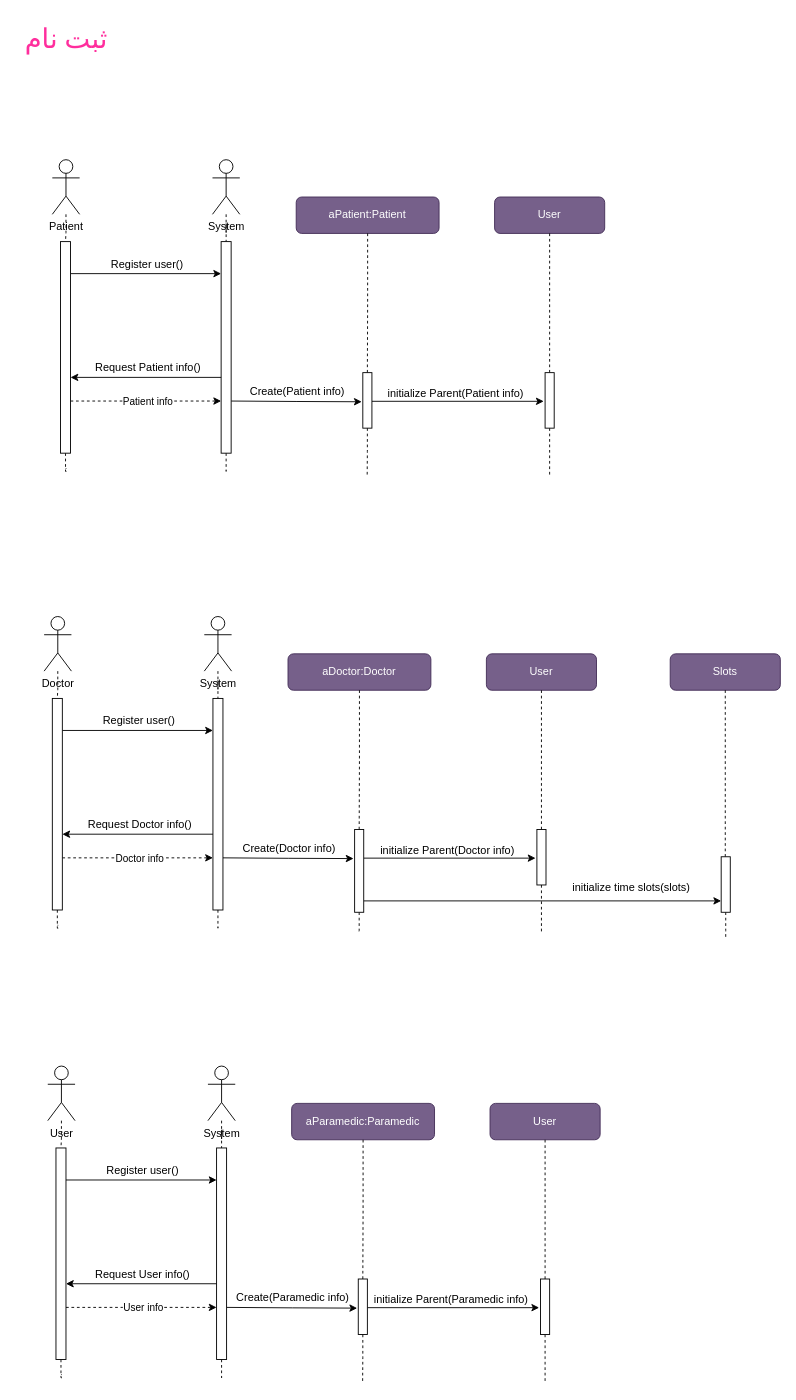
The draw.io diagram page "ثبت‌نام" (6 of 20) of Sequence Diagram/SequenceDiagram.drawio in Matinrezaei/Software-Lab, before the edit. Source tidied: cells renumbered, new cells numbered last; positions are measured from the earlier drawing's top-left corner, leaving out a move shared by most shapes. Both pictures are drawn from the tidied source at 91%, with x=0, y=0 at pixel (15, 15).
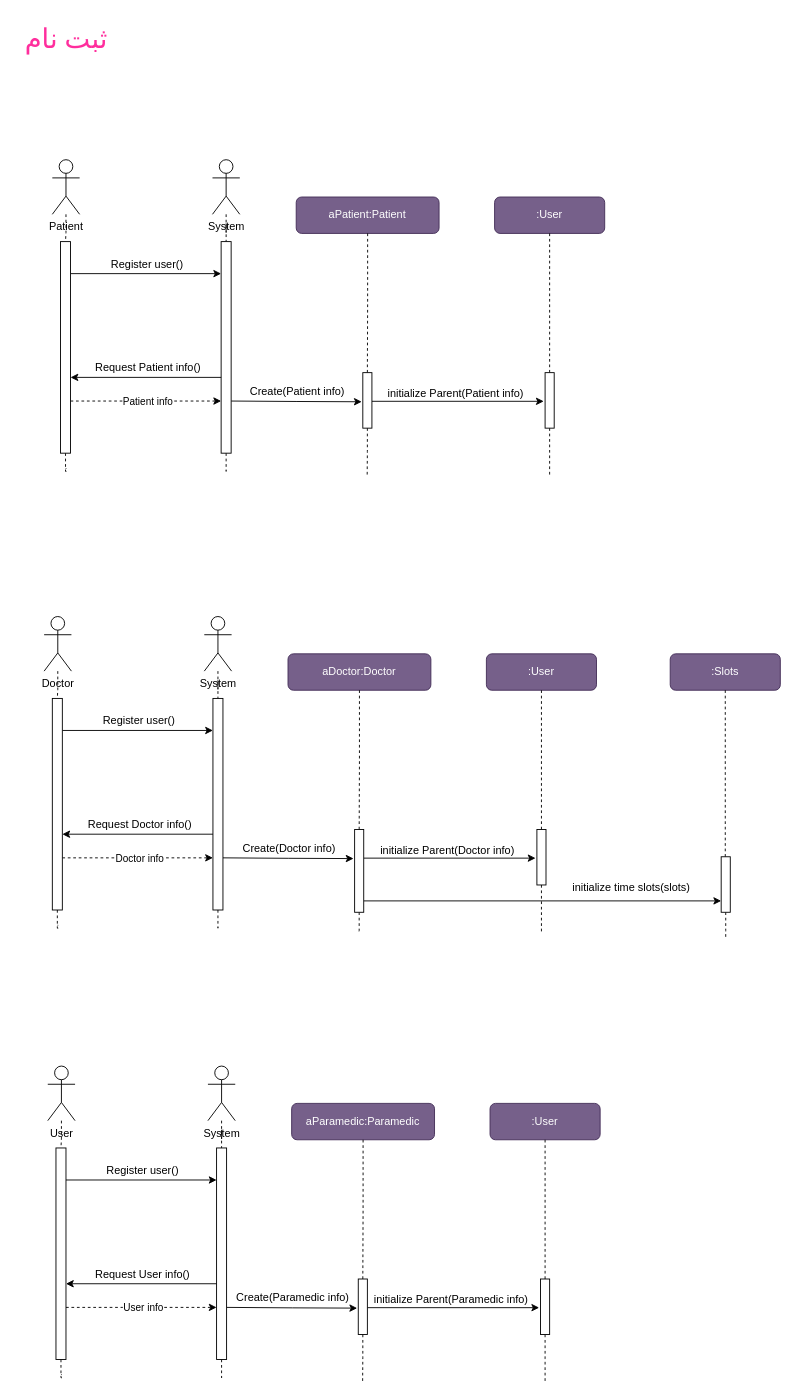
After the change.

The edit, as a diff of the source:
```diff
@@
-    <mxCell id="16" value="User" style="rounded=1;whiteSpace=wrap;html=1;fillColor=#76608a;fontColor=#ffffff;strokeColor=#432D57;" parent="1" vertex="1">
+    <mxCell id="16" value=":User" style="rounded=1;whiteSpace=wrap;html=1;fillColor=#76608a;fontColor=#ffffff;strokeColor=#432D57;" parent="1" vertex="1">
       <mxGeometry x="526" y="199" width="121" height="40" as="geometry" />
     </mxCell>
@@
-    <mxCell id="42" value="User" style="rounded=1;whiteSpace=wrap;html=1;fillColor=#76608a;fontColor=#ffffff;strokeColor=#432D57;" parent="1" vertex="1">
+    <mxCell id="42" value=":User" style="rounded=1;whiteSpace=wrap;html=1;fillColor=#76608a;fontColor=#ffffff;strokeColor=#432D57;" parent="1" vertex="1">
       <mxGeometry x="517" y="701" width="121" height="40" as="geometry" />
     </mxCell>
@@
-    <mxCell id="46" value="Slots" style="rounded=1;whiteSpace=wrap;html=1;fillColor=#76608a;fontColor=#ffffff;strokeColor=#432D57;" parent="1" vertex="1">
+    <mxCell id="46" value=":Slots" style="rounded=1;whiteSpace=wrap;html=1;fillColor=#76608a;fontColor=#ffffff;strokeColor=#432D57;" parent="1" vertex="1">
       <mxGeometry x="719" y="701" width="121" height="40" as="geometry" />
     </mxCell>
@@
-    <mxCell id="71" value="User" style="rounded=1;whiteSpace=wrap;html=1;fillColor=#76608a;fontColor=#ffffff;strokeColor=#432D57;" parent="1" vertex="1">
+    <mxCell id="71" value=":User" style="rounded=1;whiteSpace=wrap;html=1;fillColor=#76608a;fontColor=#ffffff;strokeColor=#432D57;" parent="1" vertex="1">
       <mxGeometry x="521" y="1195" width="121" height="40" as="geometry" />
     </mxCell>
```
